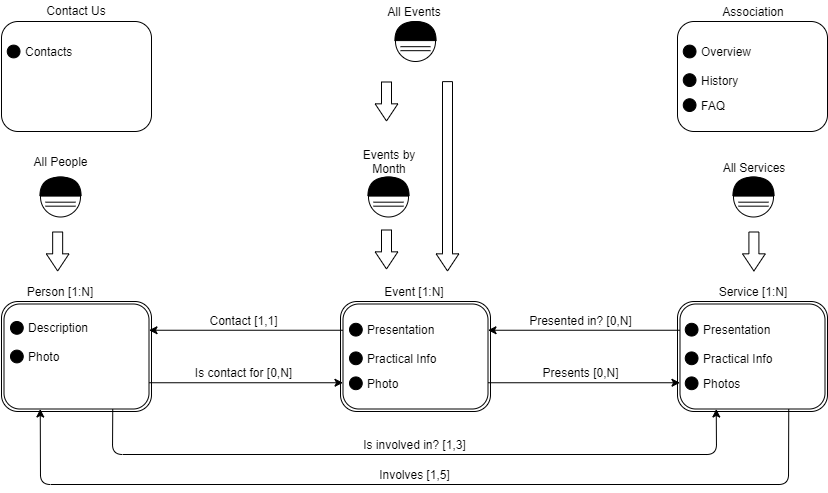
Above: Design-Document/assets/L-IDM.png in alepas/hypermidia-project (draw.io), before the change. Source tidied: cells renumbered, new cells last; positions are measured from the earlier drawing's top-left corner, leaving out a move shared by most shapes.
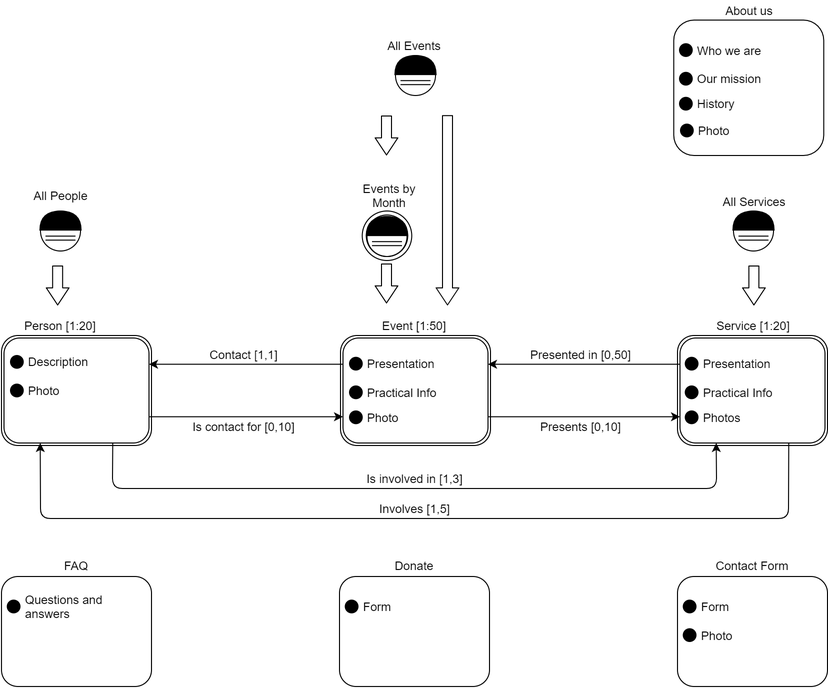
The same file after the commit.

What changed in the source:
```diff
@@ -2,14 +2,11 @@
   <root>
     <mxCell id="0" />
     <mxCell id="1" parent="0" />
-    <mxCell id="2" value="Contact Us" style="text;html=1;strokeColor=none;fillColor=none;align=center;verticalAlign=middle;whiteSpace=wrap;rounded=0;" parent="1" vertex="1">
-      <mxGeometry x="16" width="120" height="20" as="geometry" />
-    </mxCell>
     <mxCell id="3" style="rounded=1;whiteSpace=wrap;html=1;" parent="1" vertex="1">
-      <mxGeometry x="677" y="21" width="150" height="110" as="geometry" />
+      <mxGeometry x="673.2" y="-14.4" width="150" height="135.4" as="geometry" />
     </mxCell>
-    <mxCell id="4" value="Association" style="text;html=1;strokeColor=none;fillColor=none;align=center;verticalAlign=middle;whiteSpace=wrap;rounded=0;" parent="1" vertex="1">
-      <mxGeometry x="693" y="1" width="120" height="20" as="geometry" />
+    <mxCell id="4" value="About us" style="text;html=1;strokeColor=none;fillColor=none;align=center;verticalAlign=middle;whiteSpace=wrap;rounded=0;" parent="1" vertex="1">
+      <mxGeometry x="689.2" y="-34.4" width="120" height="20" as="geometry" />
     </mxCell>
     <mxCell id="5" value="All Services" style="text;html=1;strokeColor=none;fillColor=none;align=center;verticalAlign=middle;whiteSpace=wrap;rounded=0;" parent="1" vertex="1">
       <mxGeometry x="719" y="156.5" width="70" height="20" as="geometry" />
@@ -26,7 +23,7 @@
     <mxCell id="9" style="rounded=1;whiteSpace=wrap;html=1;" parent="1" vertex="1">
       <mxGeometry x="340" y="301" width="150" height="110" as="geometry" />
     </mxCell>
-    <mxCell id="10" value="Event [1:N]" style="text;html=1;strokeColor=none;fillColor=none;align=center;verticalAlign=middle;whiteSpace=wrap;rounded=0;" parent="1" vertex="1">
+    <mxCell id="10" value="Event [1:50]" style="text;html=1;strokeColor=none;fillColor=none;align=center;verticalAlign=middle;whiteSpace=wrap;rounded=0;" parent="1" vertex="1">
       <mxGeometry x="353.8" y="281" width="120" height="20" as="geometry" />
     </mxCell>
     <mxCell id="11" style="rounded=1;whiteSpace=wrap;html=1;" parent="1" vertex="1">
@@ -50,7 +47,7 @@
     <mxCell id="15" style="rounded=1;whiteSpace=wrap;html=1;" parent="1" vertex="1">
       <mxGeometry x="1" y="301" width="150" height="110" as="geometry" />
     </mxCell>
-    <mxCell id="16" value="Person [1:N]" style="text;html=1;strokeColor=none;fillColor=none;align=center;verticalAlign=middle;whiteSpace=wrap;rounded=0;" parent="1" vertex="1">
+    <mxCell id="16" value="Person [1:20]" style="text;html=1;strokeColor=none;fillColor=none;align=center;verticalAlign=middle;whiteSpace=wrap;rounded=0;" parent="1" vertex="1">
       <mxGeometry y="281" width="120" height="20" as="geometry" />
     </mxCell>
     <mxCell id="17" style="rounded=1;whiteSpace=wrap;html=1;" parent="1" vertex="1">
@@ -62,13 +59,13 @@
     <mxCell id="19" style="endArrow=classic;html=1;exitX=1;exitY=0.75;exitDx=0;exitDy=0;entryX=0;entryY=0.75;entryDx=0;entryDy=0;" parent="1" edge="1" source="17" target="11">
       <mxGeometry relative="1" as="geometry" />
     </mxCell>
-    <mxCell id="20" value="Is contact for [0,N]" style="text;html=1;align=center;verticalAlign=middle;" parent="1" vertex="1">
-      <mxGeometry x="187.8" y="362.4" width="110" height="20" as="geometry" />
+    <mxCell id="20" value="Is contact for [0,10]" style="text;html=1;align=center;verticalAlign=middle;" parent="1" vertex="1">
+      <mxGeometry x="182.8" y="382.4" width="120" height="20" as="geometry" />
     </mxCell>
     <mxCell id="21" style="rounded=1;whiteSpace=wrap;html=1;" parent="1" vertex="1">
       <mxGeometry x="677" y="301" width="150" height="110" as="geometry" />
     </mxCell>
-    <mxCell id="22" value="Service [1:N]" style="text;html=1;strokeColor=none;fillColor=none;align=center;verticalAlign=middle;whiteSpace=wrap;rounded=0;" parent="1" vertex="1">
+    <mxCell id="22" value="Service [1:20]" style="text;html=1;strokeColor=none;fillColor=none;align=center;verticalAlign=middle;whiteSpace=wrap;rounded=0;" parent="1" vertex="1">
       <mxGeometry x="693" y="281" width="120" height="20" as="geometry" />
     </mxCell>
     <mxCell id="23" style="rounded=1;whiteSpace=wrap;html=1;" parent="1" vertex="1">
@@ -77,13 +74,13 @@
     <mxCell id="24" style="endArrow=classic;html=1;exitX=1;exitY=0.75;exitDx=0;exitDy=0;entryX=0;entryY=0.75;entryDx=0;entryDy=0;" parent="1" edge="1" source="11" target="23">
       <mxGeometry relative="1" as="geometry" />
     </mxCell>
-    <mxCell id="25" value="Presents [0,N]" style="text;html=1;align=center;verticalAlign=middle;" parent="1" vertex="1">
-      <mxGeometry x="535" y="362.4" width="90" height="20" as="geometry" />
+    <mxCell id="25" value="Presents [0,10]" style="text;html=1;align=center;verticalAlign=middle;" parent="1" vertex="1">
+      <mxGeometry x="530" y="382.4" width="100" height="20" as="geometry" />
     </mxCell>
     <mxCell id="26" style="endArrow=classic;html=1;exitX=0;exitY=0.25;exitDx=0;exitDy=0;entryX=1;entryY=0.25;entryDx=0;entryDy=0;" parent="1" edge="1" source="23" target="11">
       <mxGeometry relative="1" as="geometry" />
     </mxCell>
-    <mxCell id="27" value="Presented in? [0,N]" style="text;html=1;align=center;verticalAlign=middle;" parent="1" vertex="1">
+    <mxCell id="27" value="Presented in [0,50]" style="text;html=1;align=center;verticalAlign=middle;" parent="1" vertex="1">
       <mxGeometry x="520" y="309.5" width="120" height="20" as="geometry" />
     </mxCell>
     <mxCell id="28" style="shape=flexArrow;endArrow=classic;html=1;endWidth=11.764705882352942;endSize=5.3882352941176475;" parent="1" edge="1">
@@ -106,8 +103,8 @@
         </Array>
       </mxGeometry>
     </mxCell>
-    <mxCell id="31" value="Is involved in? [1,3]" style="text;html=1;align=center;verticalAlign=middle;" parent="1" vertex="1">
-      <mxGeometry x="354" y="433.5" width="120" height="20" as="geometry" />
+    <mxCell id="31" value="Is involved in [1,3]" style="text;html=1;align=center;verticalAlign=middle;" parent="1" vertex="1">
+      <mxGeometry x="359" y="433.5" width="110" height="20" as="geometry" />
     </mxCell>
     <mxCell id="32" style="endArrow=classic;html=1;exitX=0.75;exitY=1;exitDx=0;exitDy=0;entryX=0.25;entryY=1;entryDx=0;entryDy=0;" parent="1" edge="1" source="23" target="17">
       <mxGeometry relative="1" as="geometry">
@@ -132,18 +129,6 @@
         <mxPoint x="430" y="48.2" as="targetPoint" />
       </mxGeometry>
     </mxCell>
-    <mxCell id="37" style="ellipse;whiteSpace=wrap;html=1;" parent="1" vertex="1">
-      <mxGeometry x="40" y="176.5" width="40" height="40" as="geometry" />
-    </mxCell>
-    <mxCell id="38" style="shape=or;whiteSpace=wrap;html=1;rotation=-90;fillColor=#000000;" parent="1" vertex="1">
-      <mxGeometry x="50.5" y="165.5" width="19" height="41.2" as="geometry" />
-    </mxCell>
-    <mxCell id="39" style="shape=link;html=1;" parent="1" edge="1">
-      <mxGeometry relative="1" as="geometry">
-        <mxPoint x="45" y="203.7" as="sourcePoint" />
-        <mxPoint x="75" y="203.7" as="targetPoint" />
-      </mxGeometry>
-    </mxCell>
     <mxCell id="40" style="ellipse;whiteSpace=wrap;html=1;" parent="1" vertex="1">
       <mxGeometry x="733" y="176.5" width="40" height="40" as="geometry" />
     </mxCell>
@@ -205,42 +190,33 @@
       <mxGeometry x="349" y="351.4" width="12.8" height="12.8" as="geometry" />
     </mxCell>
     <mxCell id="59" style="ellipse;whiteSpace=wrap;html=1;fillColor=#000000;" parent="1" vertex="1">
-      <mxGeometry x="682.8" y="44.6" width="12.8" height="12.8" as="geometry" />
+      <mxGeometry x="679" y="9.2" width="12.8" height="12.8" as="geometry" />
     </mxCell>
-    <mxCell id="60" value="Overview" style="text;html=1;strokeColor=none;fillColor=none;align=left;verticalAlign=middle;whiteSpace=wrap;rounded=0;" parent="1" vertex="1">
-      <mxGeometry x="699" y="41" width="122.2" height="20" as="geometry" />
+    <mxCell id="60" value="Who we are" style="text;html=1;strokeColor=none;fillColor=none;align=left;verticalAlign=middle;whiteSpace=wrap;rounded=0;" parent="1" vertex="1">
+      <mxGeometry x="695.2" y="5.6" width="122.2" height="20" as="geometry" />
     </mxCell>
-    <mxCell id="61" value="History" style="text;html=1;strokeColor=none;fillColor=none;align=left;verticalAlign=middle;whiteSpace=wrap;rounded=0;" parent="1" vertex="1">
-      <mxGeometry x="699" y="69.6" width="122.2" height="20" as="geometry" />
+    <mxCell id="61" value="Our mission" style="text;html=1;strokeColor=none;fillColor=none;align=left;verticalAlign=middle;whiteSpace=wrap;rounded=0;" parent="1" vertex="1">
+      <mxGeometry x="695.2" y="34.2" width="122.2" height="20" as="geometry" />
     </mxCell>
     <mxCell id="62" style="ellipse;whiteSpace=wrap;html=1;fillColor=#000000;" parent="1" vertex="1">
-      <mxGeometry x="682.8" y="98.2" width="12.8" height="12.8" as="geometry" />
+      <mxGeometry x="679" y="62.8" width="12.8" height="12.8" as="geometry" />
     </mxCell>
-    <mxCell id="63" value="FAQ" style="text;html=1;strokeColor=none;fillColor=none;align=left;verticalAlign=middle;whiteSpace=wrap;rounded=0;" parent="1" vertex="1">
-      <mxGeometry x="699" y="94.6" width="122.2" height="20" as="geometry" />
+    <mxCell id="63" value="History" style="text;html=1;strokeColor=none;fillColor=none;align=left;verticalAlign=middle;whiteSpace=wrap;rounded=0;" parent="1" vertex="1">
+      <mxGeometry x="695.2" y="59.2" width="122.2" height="20" as="geometry" />
     </mxCell>
     <mxCell id="64" style="ellipse;whiteSpace=wrap;html=1;fillColor=#000000;" parent="1" vertex="1">
-      <mxGeometry x="682.8" y="73.2" width="12.8" height="12.8" as="geometry" />
+      <mxGeometry x="679" y="37.8" width="12.8" height="12.8" as="geometry" />
     </mxCell>
-    <mxCell id="65" style="rounded=1;whiteSpace=wrap;html=1;" parent="1" vertex="1">
-      <mxGeometry x="1" y="21" width="150" height="110" as="geometry" />
-    </mxCell>
-    <mxCell id="66" style="ellipse;whiteSpace=wrap;html=1;fillColor=#000000;" parent="1" vertex="1">
-      <mxGeometry x="6.8" y="44.6" width="12.8" height="12.8" as="geometry" />
-    </mxCell>
-    <mxCell id="67" value="Contacts" style="text;html=1;strokeColor=none;fillColor=none;align=left;verticalAlign=middle;whiteSpace=wrap;rounded=0;" parent="1" vertex="1">
-      <mxGeometry x="23" y="41" width="122.2" height="20" as="geometry" />
-    </mxCell>
     <mxCell id="68" style="ellipse;whiteSpace=wrap;html=1;" parent="1" vertex="1">
-      <mxGeometry x="368" y="176.5" width="40" height="40" as="geometry" />
+      <mxGeometry x="366.5" y="182" width="40" height="40" as="geometry" />
     </mxCell>
     <mxCell id="69" style="shape=or;whiteSpace=wrap;html=1;rotation=-90;fillColor=#000000;" parent="1" vertex="1">
-      <mxGeometry x="378.5" y="165.5" width="19" height="41.2" as="geometry" />
+      <mxGeometry x="377" y="171" width="19" height="41.2" as="geometry" />
     </mxCell>
     <mxCell id="70" style="shape=link;html=1;" parent="1" edge="1">
       <mxGeometry relative="1" as="geometry">
-        <mxPoint x="373" y="203.7" as="sourcePoint" />
-        <mxPoint x="403" y="203.7" as="targetPoint" />
+        <mxPoint x="371.5" y="209.2" as="sourcePoint" />
+        <mxPoint x="401.5" y="209.2" as="targetPoint" />
       </mxGeometry>
     </mxCell>
     <mxCell id="71" style="shape=flexArrow;endArrow=classic;html=1;endWidth=11.764705882352942;endSize=5.3882352941176475;" parent="1" edge="1">
@@ -249,5 +225,74 @@
         <mxPoint x="447" y="271" as="targetPoint" />
       </mxGeometry>
     </mxCell>
+    <mxCell id="72" style="ellipse;shape=doubleEllipse;whiteSpace=wrap;html=1;fillColor=none;" parent="1" vertex="1">
+      <mxGeometry x="361.8" y="176.5" width="49.5" height="49.5" as="geometry" />
+    </mxCell>
+    <mxCell id="73" value="FAQ" style="text;html=1;strokeColor=none;fillColor=none;align=center;verticalAlign=middle;whiteSpace=wrap;rounded=0;" parent="1" vertex="1">
+      <mxGeometry x="16" y="521" width="120" height="20" as="geometry" />
+    </mxCell>
+    <mxCell id="74" style="rounded=1;whiteSpace=wrap;html=1;" parent="1" vertex="1">
+      <mxGeometry x="1" y="542" width="150" height="110" as="geometry" />
+    </mxCell>
+    <mxCell id="75" style="ellipse;whiteSpace=wrap;html=1;fillColor=#000000;" parent="1" vertex="1">
+      <mxGeometry x="6.7" y="565.6" width="12.8" height="12.8" as="geometry" />
+    </mxCell>
+    <mxCell id="76" value="Questions and answers" style="text;html=1;strokeColor=none;fillColor=none;align=left;verticalAlign=middle;whiteSpace=wrap;rounded=0;" parent="1" vertex="1">
+      <mxGeometry x="23" y="562" width="122.2" height="20" as="geometry" />
+    </mxCell>
+    <mxCell id="77" style="ellipse;whiteSpace=wrap;html=1;fillColor=#000000;" parent="1" vertex="1">
+      <mxGeometry x="680" y="89.6" width="12.8" height="12.8" as="geometry" />
+    </mxCell>
+    <mxCell id="78" value="Photo" style="text;html=1;strokeColor=none;fillColor=none;align=left;verticalAlign=middle;whiteSpace=wrap;rounded=0;" parent="1" vertex="1">
+      <mxGeometry x="696.2" y="86" width="122.2" height="20" as="geometry" />
+    </mxCell>
+    <mxCell id="79" value="Donate" style="text;html=1;strokeColor=none;fillColor=none;align=center;verticalAlign=middle;whiteSpace=wrap;rounded=0;" parent="1" vertex="1">
+      <mxGeometry x="354" y="521" width="120" height="20" as="geometry" />
+    </mxCell>
+    <mxCell id="80" style="rounded=1;whiteSpace=wrap;html=1;" parent="1" vertex="1">
+      <mxGeometry x="339" y="542" width="150" height="110" as="geometry" />
+    </mxCell>
+    <mxCell id="81" style="ellipse;whiteSpace=wrap;html=1;fillColor=#000000;" parent="1" vertex="1">
+      <mxGeometry x="344.8" y="565.6" width="12.8" height="12.8" as="geometry" />
+    </mxCell>
+    <mxCell id="82" value="Form" style="text;html=1;strokeColor=none;fillColor=none;align=left;verticalAlign=middle;whiteSpace=wrap;rounded=0;" parent="1" vertex="1">
+      <mxGeometry x="361" y="562" width="122.2" height="20" as="geometry" />
+    </mxCell>
+    <mxCell id="83" style="group;" parent="1" vertex="1">
+      <mxGeometry x="677" y="521" width="150" height="131" as="geometry" />
+    </mxCell>
+    <mxCell id="2" value="Contact Form" style="text;html=1;strokeColor=none;fillColor=none;align=center;verticalAlign=middle;whiteSpace=wrap;rounded=0;" parent="83" vertex="1">
+      <mxGeometry x="15" width="120" height="20" as="geometry" />
+    </mxCell>
+    <mxCell id="65" style="rounded=1;whiteSpace=wrap;html=1;" parent="83" vertex="1">
+      <mxGeometry y="21" width="150" height="110" as="geometry" />
+    </mxCell>
+    <mxCell id="66" style="ellipse;whiteSpace=wrap;html=1;fillColor=#000000;" parent="83" vertex="1">
+      <mxGeometry x="5.8" y="44.6" width="12.8" height="12.8" as="geometry" />
+    </mxCell>
+    <mxCell id="67" value="Form" style="text;html=1;strokeColor=none;fillColor=none;align=left;verticalAlign=middle;whiteSpace=wrap;rounded=0;" parent="83" vertex="1">
+      <mxGeometry x="22" y="41" width="122.2" height="20" as="geometry" />
+    </mxCell>
+    <mxCell id="84" style="ellipse;whiteSpace=wrap;html=1;fillColor=#000000;" parent="83" vertex="1">
+      <mxGeometry x="5.8" y="73.2" width="12.8" height="12.8" as="geometry" />
+    </mxCell>
+    <mxCell id="85" value="Photo" style="text;html=1;strokeColor=none;fillColor=none;align=left;verticalAlign=middle;whiteSpace=wrap;rounded=0;" parent="83" vertex="1">
+      <mxGeometry x="22" y="69.6" width="122.2" height="20" as="geometry" />
+    </mxCell>
+    <mxCell id="86" style="group;" parent="1" vertex="1">
+      <mxGeometry x="39.4" y="176.5" width="41.2" height="40" as="geometry" />
+    </mxCell>
+    <mxCell id="37" style="ellipse;whiteSpace=wrap;html=1;" parent="86" vertex="1">
+      <mxGeometry x="0.6" width="40" height="40" as="geometry" />
+    </mxCell>
+    <mxCell id="38" style="shape=or;whiteSpace=wrap;html=1;rotation=-90;fillColor=#000000;" parent="86" vertex="1">
+      <mxGeometry x="11.1" y="-11" width="19" height="41.2" as="geometry" />
+    </mxCell>
+    <mxCell id="39" style="shape=link;html=1;" parent="86" edge="1">
+      <mxGeometry relative="1" as="geometry">
+        <mxPoint x="5.6" y="27.2" as="sourcePoint" />
+        <mxPoint x="35.6" y="27.2" as="targetPoint" />
+      </mxGeometry>
+    </mxCell>
   </root>
 </mxGraphModel>
```
